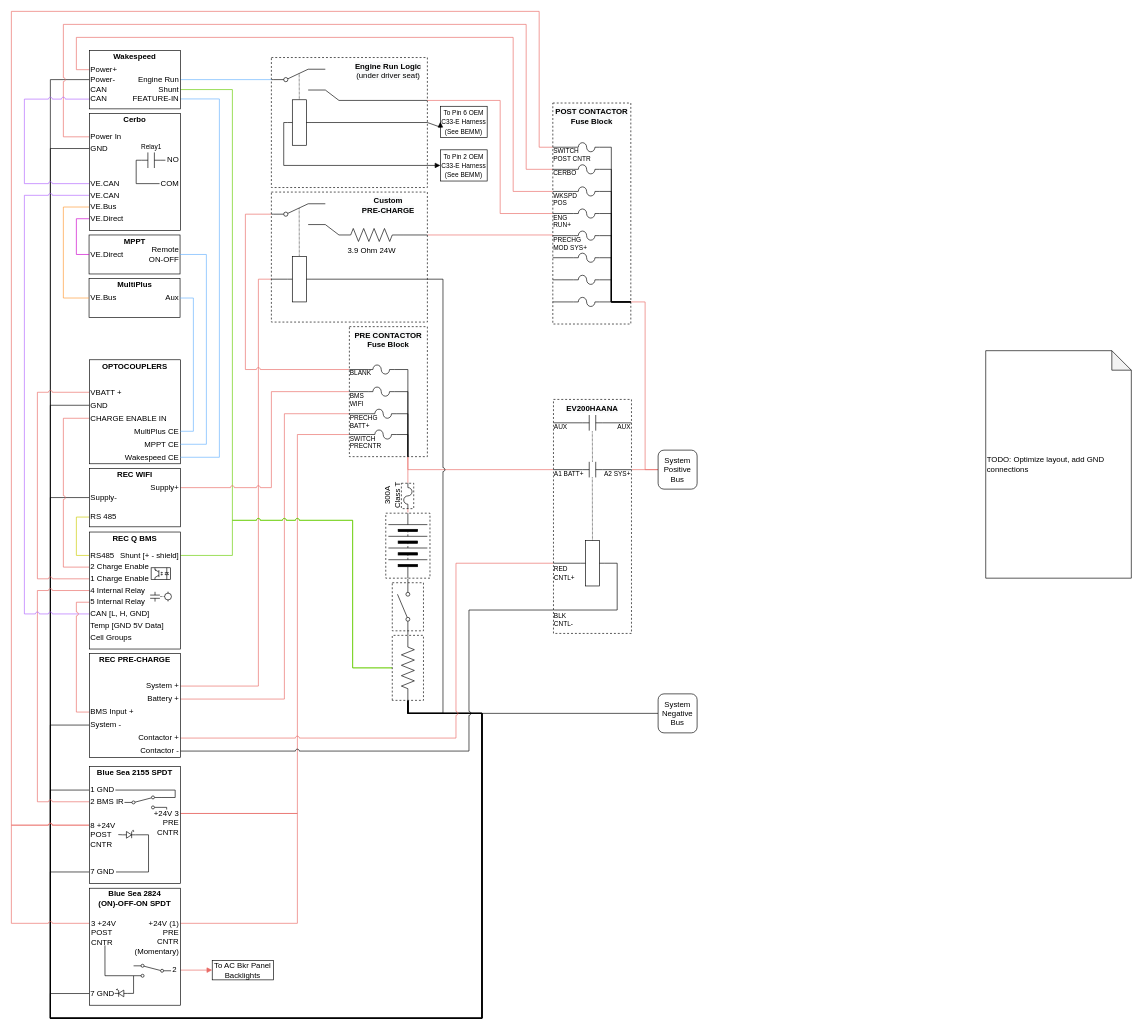
natecostello/van_two_point_oh keeps this draw.io diagram as page "V5" (2 of 5) of van/electrical/BMS_wiring_logic_v4_draft/REC_Q_BMS_Wiring_Logic.drawio. Above is the earlier version. Source tidied: cells renumbered, new cells numbered last; positions are measured from the earlier drawing's top-left corner, leaving out a move shared by most shapes. Both pictures are drawn from the tidied source at 65%, with x=0, y=0 at pixel (11, 11).
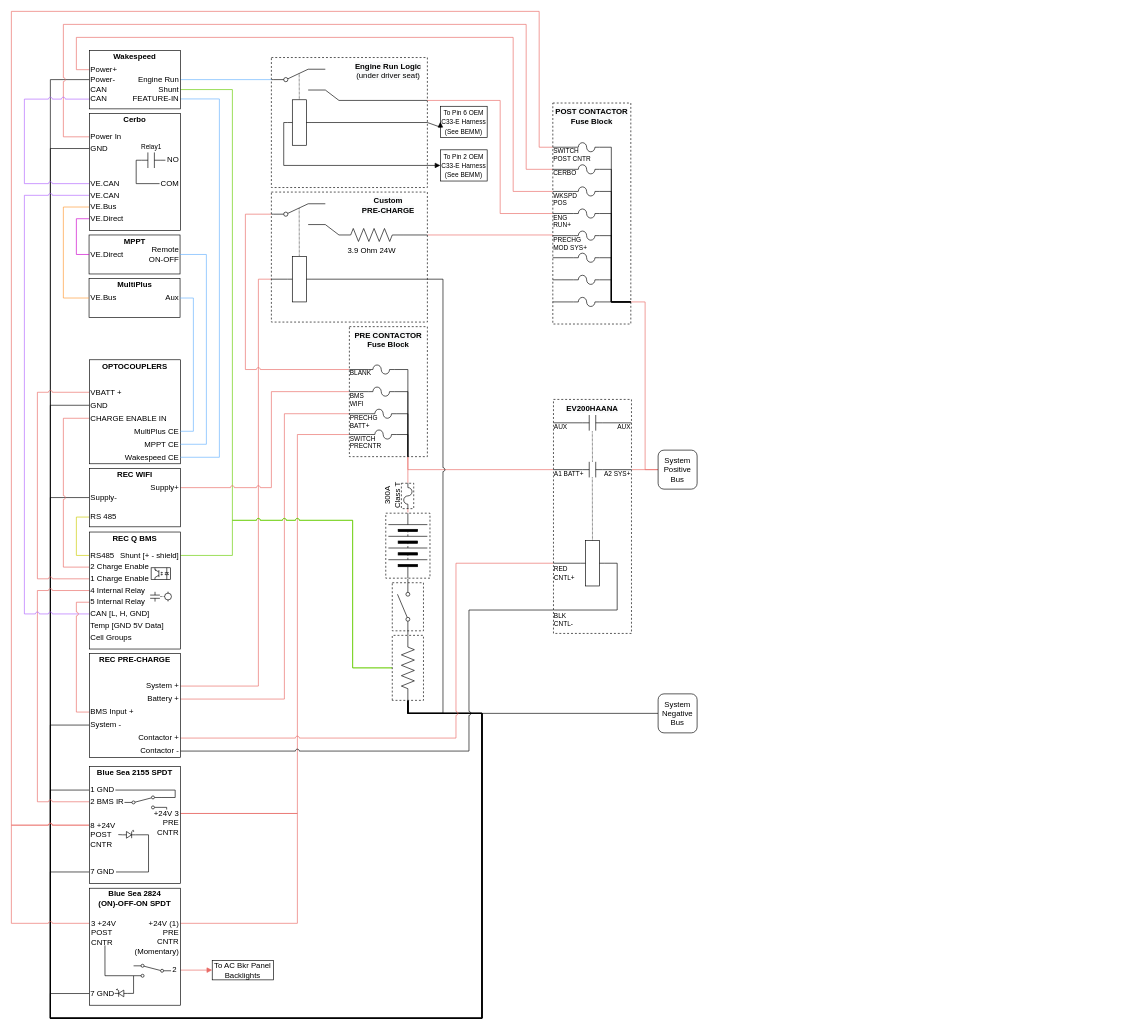
After the change.

Diff of the diagram source:
```diff
@@
-    <mxCell id="42" value="&lt;div style=&quot;&quot;&gt;TODO: Optimize layout, add GND connections&lt;/div&gt;" style="shape=note;whiteSpace=wrap;html=1;backgroundOutline=1;darkOpacity=0.05;align=left;" parent="1" vertex="1">
-      <mxGeometry x="1499" y="522" width="224" height="350" as="geometry" />
-    </mxCell>
```
